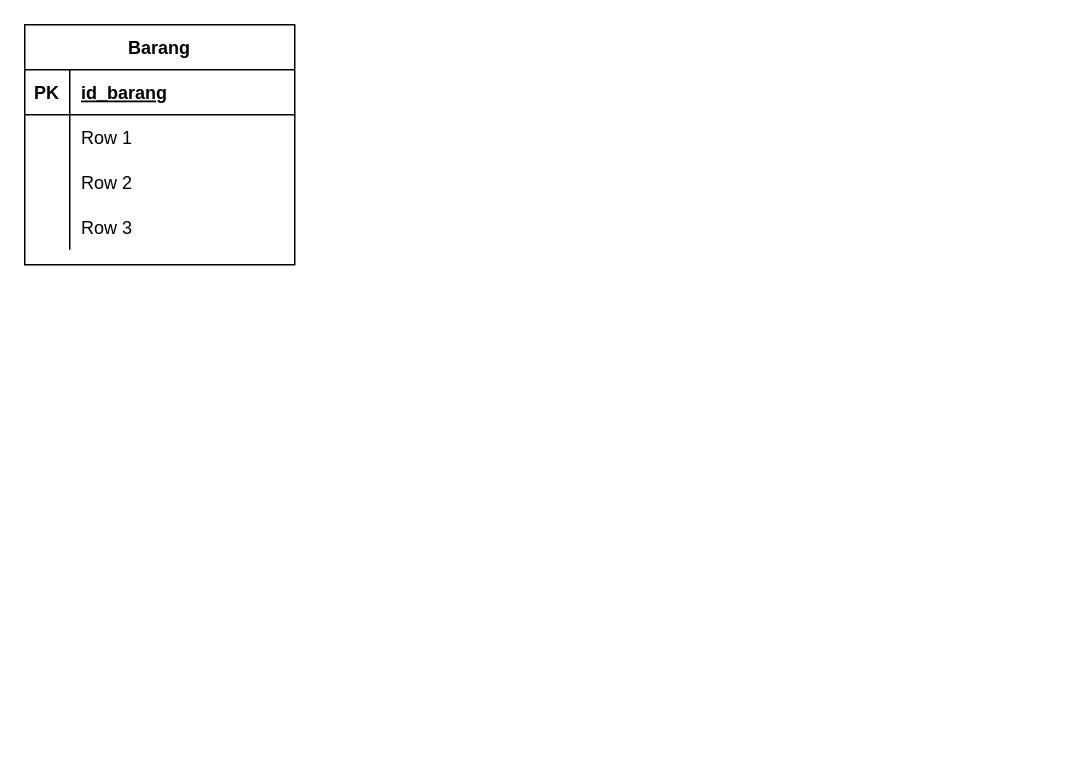
Before: Untitled Diagram.drawio in Margishalsabila/erd-penjualan, a draw.io diagram. Source tidied: cells renumbered, new cells numbered last; positions are measured from the earlier drawing's top-left corner, leaving out a move shared by most shapes. Both pictures are drawn from the tidied source at 150%, with x=0, y=0 at pixel (24, 24).
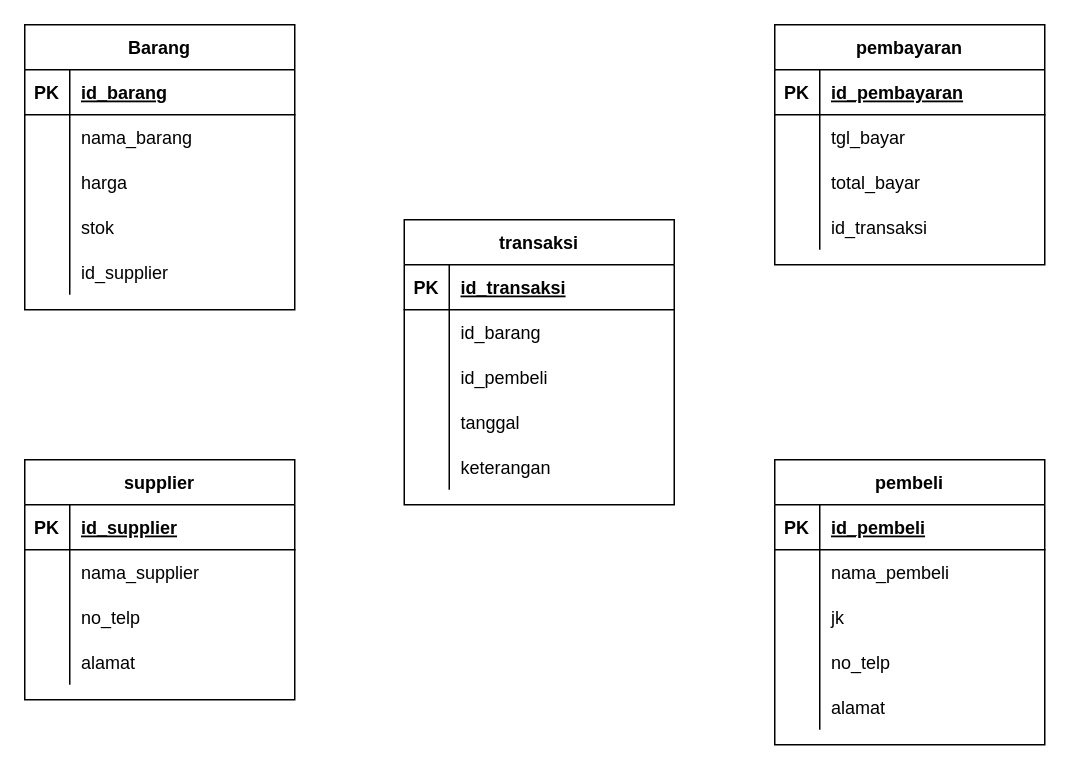
The same diagram, later.

The change refers to these unchanged cells:
```xml
<mxCell id="6" style="shape=tableRow;horizontal=0;startSize=0;swimlaneHead=0;swimlaneBody=0;fillColor=none;top=0;left=0;right=0;bottom=0;" parent="2" vertex="1">
  <mxGeometry y="60" width="180" height="30" as="geometry" />
</mxCell>
<mxCell id="9" style="shape=tableRow;horizontal=0;startSize=0;swimlaneHead=0;swimlaneBody=0;fillColor=none;top=0;left=0;right=0;bottom=0;" parent="2" vertex="1">
  <mxGeometry y="90" width="180" height="30" as="geometry" />
</mxCell>
<mxCell id="12" style="shape=tableRow;horizontal=0;startSize=0;swimlaneHead=0;swimlaneBody=0;fillColor=none;top=0;left=0;right=0;bottom=0;" parent="2" vertex="1">
  <mxGeometry y="120" width="180" height="30" as="geometry" />
</mxCell>
```

Change to the diagram source:
```diff
@@
     <mxCell id="2" value="Barang" style="shape=table;startSize=30;childLayout=tableLayout;rowLines=0;fontStyle=1;align=center;" parent="1" vertex="1">
-      <mxGeometry width="180" height="160" as="geometry" />
+      <mxGeometry width="180" height="190" as="geometry" />
     </mxCell>
@@
-    <mxCell id="8" value="Row 1" style="shape=partialRectangle;fillColor=none;top=0;left=0;bottom=0;right=0;align=left;spacingLeft=6;overflow=hidden;" parent="6" vertex="1">
+    <mxCell id="8" value="nama_barang" style="shape=partialRectangle;fillColor=none;top=0;left=0;bottom=0;right=0;align=left;spacingLeft=6;overflow=hidden;" parent="6" vertex="1">
       <mxGeometry x="30" width="150" height="30" as="geometry" />
     </mxCell>
@@
-    <mxCell id="11" value="Row 2" style="shape=partialRectangle;fillColor=none;top=0;left=0;bottom=0;right=0;align=left;spacingLeft=6;overflow=hidden;" parent="9" vertex="1">
+    <mxCell id="11" value="harga" style="shape=partialRectangle;fillColor=none;top=0;left=0;bottom=0;right=0;align=left;spacingLeft=6;overflow=hidden;" parent="9" vertex="1">
       <mxGeometry x="30" width="150" height="30" as="geometry" />
     </mxCell>
@@
-    <mxCell id="14" value="Row 3" style="shape=partialRectangle;fillColor=none;top=0;left=0;bottom=0;right=0;align=left;spacingLeft=6;overflow=hidden;" parent="12" vertex="1">
+    <mxCell id="14" value="stok" style="shape=partialRectangle;fillColor=none;top=0;left=0;bottom=0;right=0;align=left;spacingLeft=6;overflow=hidden;" parent="12" vertex="1">
       <mxGeometry x="30" width="150" height="30" as="geometry" />
     </mxCell>
+    <mxCell id="15" style="shape=tableRow;horizontal=0;startSize=0;swimlaneHead=0;swimlaneBody=0;fillColor=none;top=0;left=0;right=0;bottom=0;" parent="2" vertex="1">
+      <mxGeometry y="150" width="180" height="30" as="geometry" />
+    </mxCell>
+    <mxCell id="16" style="shape=partialRectangle;fillColor=none;top=0;left=0;bottom=0;right=0;overflow=hidden;" parent="15" vertex="1">
+      <mxGeometry width="30" height="30" as="geometry" />
+    </mxCell>
+    <mxCell id="17" value="id_supplier" style="shape=partialRectangle;fillColor=none;top=0;left=0;bottom=0;right=0;align=left;spacingLeft=6;overflow=hidden;" parent="15" vertex="1">
+      <mxGeometry x="30" width="150" height="30" as="geometry" />
+    </mxCell>
+    <mxCell id="18" value="supplier" style="shape=table;startSize=30;childLayout=tableLayout;rowLines=0;fontStyle=1;align=center;" parent="1" vertex="1">
+      <mxGeometry y="290" width="180" height="160" as="geometry" />
+    </mxCell>
+    <mxCell id="19" style="shape=tableRow;horizontal=0;startSize=0;swimlaneHead=0;swimlaneBody=0;fillColor=none;top=0;left=0;right=0;bottom=1;" parent="18" vertex="1">
+      <mxGeometry y="30" width="180" height="30" as="geometry" />
+    </mxCell>
+    <mxCell id="20" value="PK" style="shape=partialRectangle;fillColor=none;top=0;left=0;bottom=0;right=0;fontStyle=1;overflow=hidden;" parent="19" vertex="1">
+      <mxGeometry width="30" height="30" as="geometry" />
+    </mxCell>
+    <mxCell id="21" value="id_supplier" style="shape=partialRectangle;fillColor=none;top=0;left=0;bottom=0;right=0;align=left;spacingLeft=6;fontStyle=5;overflow=hidden;" parent="19" vertex="1">
+      <mxGeometry x="30" width="150" height="30" as="geometry" />
+    </mxCell>
+    <mxCell id="22" style="shape=tableRow;horizontal=0;startSize=0;swimlaneHead=0;swimlaneBody=0;fillColor=none;top=0;left=0;right=0;bottom=0;" parent="18" vertex="1">
+      <mxGeometry y="60" width="180" height="30" as="geometry" />
+    </mxCell>
+    <mxCell id="23" style="shape=partialRectangle;fillColor=none;top=0;left=0;bottom=0;right=0;overflow=hidden;" parent="22" vertex="1">
+      <mxGeometry width="30" height="30" as="geometry" />
+    </mxCell>
+    <mxCell id="24" value="nama_supplier" style="shape=partialRectangle;fillColor=none;top=0;left=0;bottom=0;right=0;align=left;spacingLeft=6;overflow=hidden;" parent="22" vertex="1">
+      <mxGeometry x="30" width="150" height="30" as="geometry" />
+    </mxCell>
+    <mxCell id="25" style="shape=tableRow;horizontal=0;startSize=0;swimlaneHead=0;swimlaneBody=0;fillColor=none;top=0;left=0;right=0;bottom=0;" parent="18" vertex="1">
+      <mxGeometry y="90" width="180" height="30" as="geometry" />
+    </mxCell>
+    <mxCell id="26" style="shape=partialRectangle;fillColor=none;top=0;left=0;bottom=0;right=0;overflow=hidden;" parent="25" vertex="1">
+      <mxGeometry width="30" height="30" as="geometry" />
+    </mxCell>
+    <mxCell id="27" value="no_telp" style="shape=partialRectangle;fillColor=none;top=0;left=0;bottom=0;right=0;align=left;spacingLeft=6;overflow=hidden;" parent="25" vertex="1">
+      <mxGeometry x="30" width="150" height="30" as="geometry" />
+    </mxCell>
+    <mxCell id="28" style="shape=tableRow;horizontal=0;startSize=0;swimlaneHead=0;swimlaneBody=0;fillColor=none;top=0;left=0;right=0;bottom=0;" parent="18" vertex="1">
+      <mxGeometry y="120" width="180" height="30" as="geometry" />
+    </mxCell>
+    <mxCell id="29" style="shape=partialRectangle;fillColor=none;top=0;left=0;bottom=0;right=0;overflow=hidden;" parent="28" vertex="1">
+      <mxGeometry width="30" height="30" as="geometry" />
+    </mxCell>
+    <mxCell id="30" value="alamat" style="shape=partialRectangle;fillColor=none;top=0;left=0;bottom=0;right=0;align=left;spacingLeft=6;overflow=hidden;" parent="28" vertex="1">
+      <mxGeometry x="30" width="150" height="30" as="geometry" />
+    </mxCell>
+    <mxCell id="31" value="transaksi" style="shape=table;startSize=30;childLayout=tableLayout;rowLines=0;fontStyle=1;align=center;" parent="1" vertex="1">
+      <mxGeometry x="253" y="130" width="180" height="190" as="geometry" />
+    </mxCell>
+    <mxCell id="32" style="shape=tableRow;horizontal=0;startSize=0;swimlaneHead=0;swimlaneBody=0;fillColor=none;top=0;left=0;right=0;bottom=1;" parent="31" vertex="1">
+      <mxGeometry y="30" width="180" height="30" as="geometry" />
+    </mxCell>
+    <mxCell id="33" value="PK" style="shape=partialRectangle;fillColor=none;top=0;left=0;bottom=0;right=0;fontStyle=1;overflow=hidden;" parent="32" vertex="1">
+      <mxGeometry width="30" height="30" as="geometry" />
+    </mxCell>
+    <mxCell id="34" value="id_transaksi" style="shape=partialRectangle;fillColor=none;top=0;left=0;bottom=0;right=0;align=left;spacingLeft=6;fontStyle=5;overflow=hidden;" parent="32" vertex="1">
+      <mxGeometry x="30" width="150" height="30" as="geometry" />
+    </mxCell>
+    <mxCell id="35" style="shape=tableRow;horizontal=0;startSize=0;swimlaneHead=0;swimlaneBody=0;fillColor=none;top=0;left=0;right=0;bottom=0;" parent="31" vertex="1">
+      <mxGeometry y="60" width="180" height="30" as="geometry" />
+    </mxCell>
+    <mxCell id="36" style="shape=partialRectangle;fillColor=none;top=0;left=0;bottom=0;right=0;overflow=hidden;" parent="35" vertex="1">
+      <mxGeometry width="30" height="30" as="geometry" />
+    </mxCell>
+    <mxCell id="37" value="id_barang" style="shape=partialRectangle;fillColor=none;top=0;left=0;bottom=0;right=0;align=left;spacingLeft=6;overflow=hidden;" parent="35" vertex="1">
+      <mxGeometry x="30" width="150" height="30" as="geometry" />
+    </mxCell>
+    <mxCell id="38" style="shape=tableRow;horizontal=0;startSize=0;swimlaneHead=0;swimlaneBody=0;fillColor=none;top=0;left=0;right=0;bottom=0;" parent="31" vertex="1">
+      <mxGeometry y="90" width="180" height="30" as="geometry" />
+    </mxCell>
+    <mxCell id="39" style="shape=partialRectangle;fillColor=none;top=0;left=0;bottom=0;right=0;overflow=hidden;" parent="38" vertex="1">
+      <mxGeometry width="30" height="30" as="geometry" />
+    </mxCell>
+    <mxCell id="40" value="id_pembeli" style="shape=partialRectangle;fillColor=none;top=0;left=0;bottom=0;right=0;align=left;spacingLeft=6;overflow=hidden;" parent="38" vertex="1">
+      <mxGeometry x="30" width="150" height="30" as="geometry" />
+    </mxCell>
+    <mxCell id="41" style="shape=tableRow;horizontal=0;startSize=0;swimlaneHead=0;swimlaneBody=0;fillColor=none;top=0;left=0;right=0;bottom=0;" parent="31" vertex="1">
+      <mxGeometry y="120" width="180" height="30" as="geometry" />
+    </mxCell>
+    <mxCell id="42" style="shape=partialRectangle;fillColor=none;top=0;left=0;bottom=0;right=0;overflow=hidden;" parent="41" vertex="1">
+      <mxGeometry width="30" height="30" as="geometry" />
+    </mxCell>
+    <mxCell id="43" value="tanggal" style="shape=partialRectangle;fillColor=none;top=0;left=0;bottom=0;right=0;align=left;spacingLeft=6;overflow=hidden;" parent="41" vertex="1">
+      <mxGeometry x="30" width="150" height="30" as="geometry" />
+    </mxCell>
+    <mxCell id="44" style="shape=tableRow;horizontal=0;startSize=0;swimlaneHead=0;swimlaneBody=0;fillColor=none;top=0;left=0;right=0;bottom=0;" parent="31" vertex="1">
+      <mxGeometry y="150" width="180" height="30" as="geometry" />
+    </mxCell>
+    <mxCell id="45" style="shape=partialRectangle;fillColor=none;top=0;left=0;bottom=0;right=0;overflow=hidden;" parent="44" vertex="1">
+      <mxGeometry width="30" height="30" as="geometry" />
+    </mxCell>
+    <mxCell id="46" value="keterangan" style="shape=partialRectangle;fillColor=none;top=0;left=0;bottom=0;right=0;align=left;spacingLeft=6;overflow=hidden;" parent="44" vertex="1">
+      <mxGeometry x="30" width="150" height="30" as="geometry" />
+    </mxCell>
+    <mxCell id="47" value="pembayaran" style="shape=table;startSize=30;childLayout=tableLayout;rowLines=0;fontStyle=1;align=center;" parent="1" vertex="1">
+      <mxGeometry x="500" width="180" height="160" as="geometry" />
+    </mxCell>
+    <mxCell id="48" style="shape=tableRow;horizontal=0;startSize=0;swimlaneHead=0;swimlaneBody=0;fillColor=none;top=0;left=0;right=0;bottom=1;" parent="47" vertex="1">
+      <mxGeometry y="30" width="180" height="30" as="geometry" />
+    </mxCell>
+    <mxCell id="49" value="PK" style="shape=partialRectangle;fillColor=none;top=0;left=0;bottom=0;right=0;fontStyle=1;overflow=hidden;" parent="48" vertex="1">
+      <mxGeometry width="30" height="30" as="geometry" />
+    </mxCell>
+    <mxCell id="50" value="id_pembayaran" style="shape=partialRectangle;fillColor=none;top=0;left=0;bottom=0;right=0;align=left;spacingLeft=6;fontStyle=5;overflow=hidden;" parent="48" vertex="1">
+      <mxGeometry x="30" width="150" height="30" as="geometry" />
+    </mxCell>
+    <mxCell id="51" style="shape=tableRow;horizontal=0;startSize=0;swimlaneHead=0;swimlaneBody=0;fillColor=none;top=0;left=0;right=0;bottom=0;" parent="47" vertex="1">
+      <mxGeometry y="60" width="180" height="30" as="geometry" />
+    </mxCell>
+    <mxCell id="52" style="shape=partialRectangle;fillColor=none;top=0;left=0;bottom=0;right=0;overflow=hidden;" parent="51" vertex="1">
+      <mxGeometry width="30" height="30" as="geometry" />
+    </mxCell>
+    <mxCell id="53" value="tgl_bayar" style="shape=partialRectangle;fillColor=none;top=0;left=0;bottom=0;right=0;align=left;spacingLeft=6;overflow=hidden;" parent="51" vertex="1">
+      <mxGeometry x="30" width="150" height="30" as="geometry" />
+    </mxCell>
+    <mxCell id="54" style="shape=tableRow;horizontal=0;startSize=0;swimlaneHead=0;swimlaneBody=0;fillColor=none;top=0;left=0;right=0;bottom=0;" parent="47" vertex="1">
+      <mxGeometry y="90" width="180" height="30" as="geometry" />
+    </mxCell>
+    <mxCell id="55" style="shape=partialRectangle;fillColor=none;top=0;left=0;bottom=0;right=0;overflow=hidden;" parent="54" vertex="1">
+      <mxGeometry width="30" height="30" as="geometry" />
+    </mxCell>
+    <mxCell id="56" value="total_bayar" style="shape=partialRectangle;fillColor=none;top=0;left=0;bottom=0;right=0;align=left;spacingLeft=6;overflow=hidden;" parent="54" vertex="1">
+      <mxGeometry x="30" width="150" height="30" as="geometry" />
+    </mxCell>
+    <mxCell id="57" style="shape=tableRow;horizontal=0;startSize=0;swimlaneHead=0;swimlaneBody=0;fillColor=none;top=0;left=0;right=0;bottom=0;" parent="47" vertex="1">
+      <mxGeometry y="120" width="180" height="30" as="geometry" />
+    </mxCell>
+    <mxCell id="58" style="shape=partialRectangle;fillColor=none;top=0;left=0;bottom=0;right=0;overflow=hidden;" parent="57" vertex="1">
+      <mxGeometry width="30" height="30" as="geometry" />
+    </mxCell>
+    <mxCell id="59" value="id_transaksi" style="shape=partialRectangle;fillColor=none;top=0;left=0;bottom=0;right=0;align=left;spacingLeft=6;overflow=hidden;" parent="57" vertex="1">
+      <mxGeometry x="30" width="150" height="30" as="geometry" />
+    </mxCell>
+    <mxCell id="60" value="pembeli" style="shape=table;startSize=30;childLayout=tableLayout;rowLines=0;fontStyle=1;align=center;" parent="1" vertex="1">
+      <mxGeometry x="500" y="290" width="180" height="190" as="geometry" />
+    </mxCell>
+    <mxCell id="61" style="shape=tableRow;horizontal=0;startSize=0;swimlaneHead=0;swimlaneBody=0;fillColor=none;top=0;left=0;right=0;bottom=1;" parent="60" vertex="1">
+      <mxGeometry y="30" width="180" height="30" as="geometry" />
+    </mxCell>
+    <mxCell id="62" value="PK" style="shape=partialRectangle;fillColor=none;top=0;left=0;bottom=0;right=0;fontStyle=1;overflow=hidden;" parent="61" vertex="1">
+      <mxGeometry width="30" height="30" as="geometry" />
+    </mxCell>
+    <mxCell id="63" value="id_pembeli" style="shape=partialRectangle;fillColor=none;top=0;left=0;bottom=0;right=0;align=left;spacingLeft=6;fontStyle=5;overflow=hidden;" parent="61" vertex="1">
+      <mxGeometry x="30" width="150" height="30" as="geometry" />
+    </mxCell>
+    <mxCell id="64" style="shape=tableRow;horizontal=0;startSize=0;swimlaneHead=0;swimlaneBody=0;fillColor=none;top=0;left=0;right=0;bottom=0;" parent="60" vertex="1">
+      <mxGeometry y="60" width="180" height="30" as="geometry" />
+    </mxCell>
+    <mxCell id="65" style="shape=partialRectangle;fillColor=none;top=0;left=0;bottom=0;right=0;overflow=hidden;" parent="64" vertex="1">
+      <mxGeometry width="30" height="30" as="geometry" />
+    </mxCell>
+    <mxCell id="66" value="nama_pembeli" style="shape=partialRectangle;fillColor=none;top=0;left=0;bottom=0;right=0;align=left;spacingLeft=6;overflow=hidden;" parent="64" vertex="1">
+      <mxGeometry x="30" width="150" height="30" as="geometry" />
+    </mxCell>
+    <mxCell id="67" style="shape=tableRow;horizontal=0;startSize=0;swimlaneHead=0;swimlaneBody=0;fillColor=none;top=0;left=0;right=0;bottom=0;" parent="60" vertex="1">
+      <mxGeometry y="90" width="180" height="30" as="geometry" />
+    </mxCell>
+    <mxCell id="68" style="shape=partialRectangle;fillColor=none;top=0;left=0;bottom=0;right=0;overflow=hidden;" parent="67" vertex="1">
+      <mxGeometry width="30" height="30" as="geometry" />
+    </mxCell>
+    <mxCell id="69" value="jk" style="shape=partialRectangle;fillColor=none;top=0;left=0;bottom=0;right=0;align=left;spacingLeft=6;overflow=hidden;" parent="67" vertex="1">
+      <mxGeometry x="30" width="150" height="30" as="geometry" />
+    </mxCell>
+    <mxCell id="70" style="shape=tableRow;horizontal=0;startSize=0;swimlaneHead=0;swimlaneBody=0;fillColor=none;top=0;left=0;right=0;bottom=0;" parent="60" vertex="1">
+      <mxGeometry y="120" width="180" height="30" as="geometry" />
+    </mxCell>
+    <mxCell id="71" style="shape=partialRectangle;fillColor=none;top=0;left=0;bottom=0;right=0;overflow=hidden;" parent="70" vertex="1">
+      <mxGeometry width="30" height="30" as="geometry" />
+    </mxCell>
+    <mxCell id="72" value="no_telp" style="shape=partialRectangle;fillColor=none;top=0;left=0;bottom=0;right=0;align=left;spacingLeft=6;overflow=hidden;" parent="70" vertex="1">
+      <mxGeometry x="30" width="150" height="30" as="geometry" />
+    </mxCell>
+    <mxCell id="73" style="shape=tableRow;horizontal=0;startSize=0;swimlaneHead=0;swimlaneBody=0;fillColor=none;top=0;left=0;right=0;bottom=0;" parent="60" vertex="1">
+      <mxGeometry y="150" width="180" height="30" as="geometry" />
+    </mxCell>
+    <mxCell id="74" style="shape=partialRectangle;fillColor=none;top=0;left=0;bottom=0;right=0;overflow=hidden;" parent="73" vertex="1">
+      <mxGeometry width="30" height="30" as="geometry" />
+    </mxCell>
+    <mxCell id="75" value="alamat" style="shape=partialRectangle;fillColor=none;top=0;left=0;bottom=0;right=0;align=left;spacingLeft=6;overflow=hidden;" parent="73" vertex="1">
+      <mxGeometry x="30" width="150" height="30" as="geometry" />
+    </mxCell>
```
